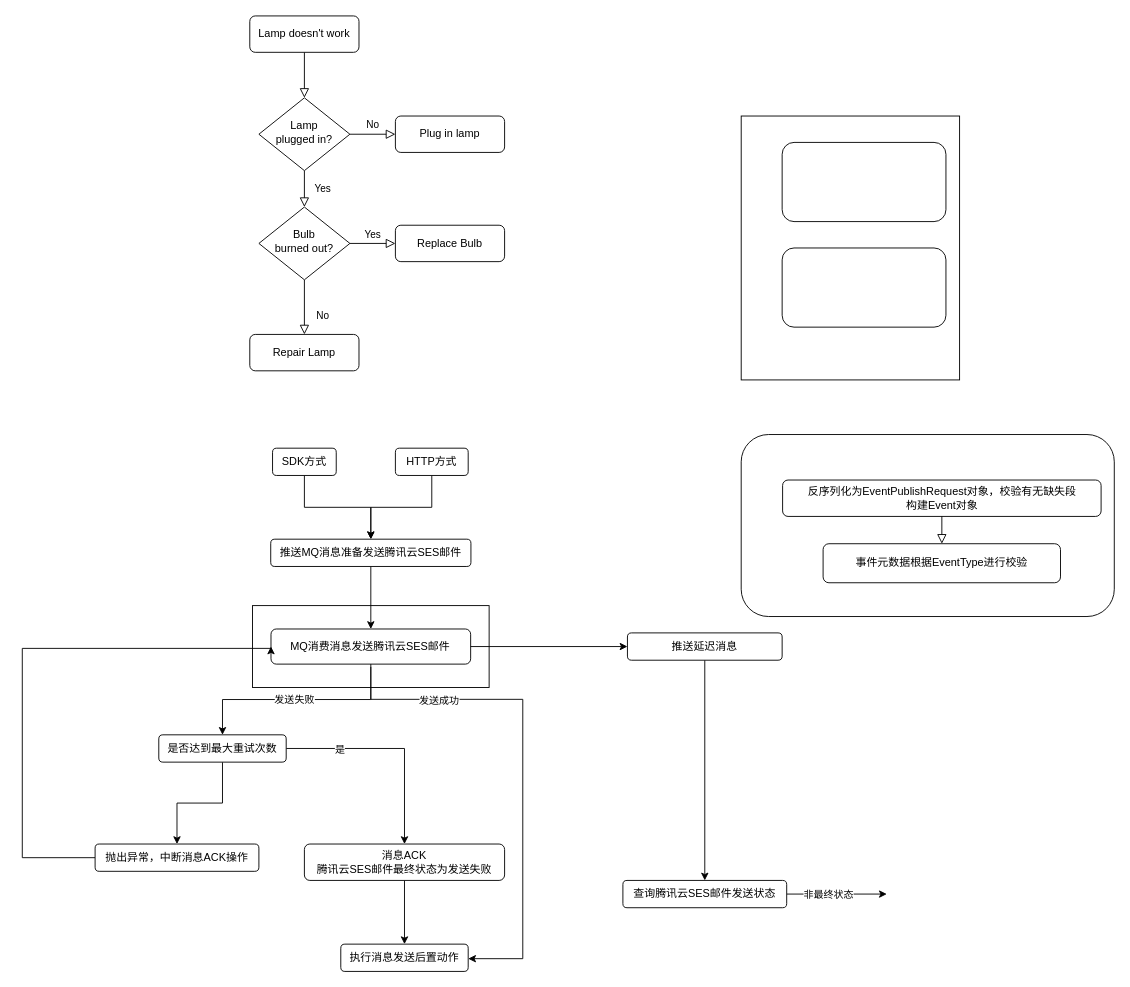
Before: 未命名绘图.drawio in 1171229771/draw, a draw.io diagram. Source tidied: cells renumbered, new cells numbered last; positions are measured from the earlier drawing's top-left corner, leaving out a move shared by most shapes. Both pictures are drawn from the tidied source at 91%, with x=0, y=0 at pixel (22, 15).
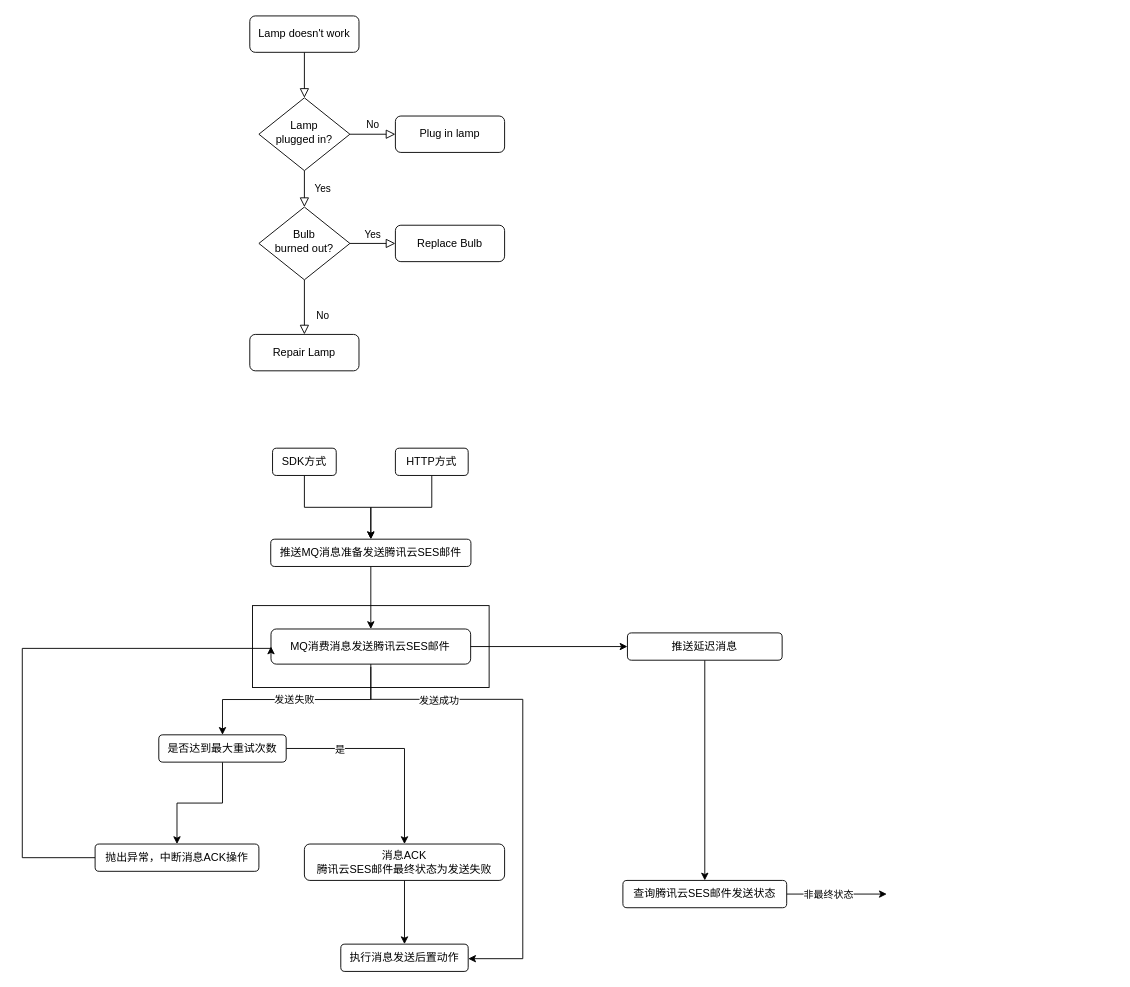
The same diagram, later.

Commit message:
更新新增消息类型.drawio

Diff of the diagram source:
```diff
@@
-    <mxCell id="2" style="group;fillColor=default;strokeColor=default;enumerate=0;comic=0;fixedWidth=0;" parent="1" vertex="1">
-      <mxGeometry x="790" y="110" width="240" height="290" as="geometry" />
-    </mxCell>
-    <mxCell id="3" style="rounded=1;whiteSpace=wrap;html=1;strokeColor=default;align=center;verticalAlign=top;fontFamily=Helvetica;fontSize=12;fontColor=default;fillColor=default;gradientColor=none;" parent="2" vertex="1">
-      <mxGeometry x="45" y="29" width="180" height="87" as="geometry" />
-    </mxCell>
-    <mxCell id="4" style="rounded=1;whiteSpace=wrap;html=1;strokeColor=default;align=center;verticalAlign=top;fontFamily=Helvetica;fontSize=12;fontColor=default;fillColor=default;gradientColor=none;" parent="2" vertex="1">
-      <mxGeometry x="45" y="145" width="180" height="87" as="geometry" />
-    </mxCell>
@@
-    <mxCell id="44" style="group;fillColor=default;strokeColor=default;gradientColor=none;rounded=1;noLabel=0;" parent="1" vertex="1">
-      <mxGeometry x="790" y="460" width="410" height="200" as="geometry" />
-    </mxCell>
-    <mxCell id="45" value="反序列化为EventPublishRequest对象，校验有无缺失段&lt;br&gt;构建Event对象" style="rounded=1;html=1;fontSize=12;glass=0;strokeWidth=1;shadow=0;whiteSpace=wrap;" parent="44" vertex="1">
-      <mxGeometry x="45.5" y="50" width="350" height="40" as="geometry" />
-    </mxCell>
-    <mxCell id="46" value="事件元数据根据EventType进行&lt;span style=&quot;background-color: initial;&quot;&gt;校验&lt;/span&gt;" style="rounded=1;whiteSpace=wrap;html=1;fontSize=12;glass=0;strokeWidth=1;shadow=0;" parent="44" vertex="1">
-      <mxGeometry x="90" y="120" width="260.9" height="42.9" as="geometry" />
-    </mxCell>
-    <mxCell id="47" style="rounded=0;html=1;jettySize=auto;fontSize=11;endArrow=block;endFill=0;endSize=8;strokeWidth=1;shadow=0;labelBackgroundColor=none;edgeStyle=orthogonalEdgeStyle;exitX=0.5;exitY=1;exitDx=0;exitDy=0;" parent="44" edge="1" source="45" target="46">
-      <mxGeometry x="0.33" y="20" relative="1" as="geometry" />
-    </mxCell>
```
